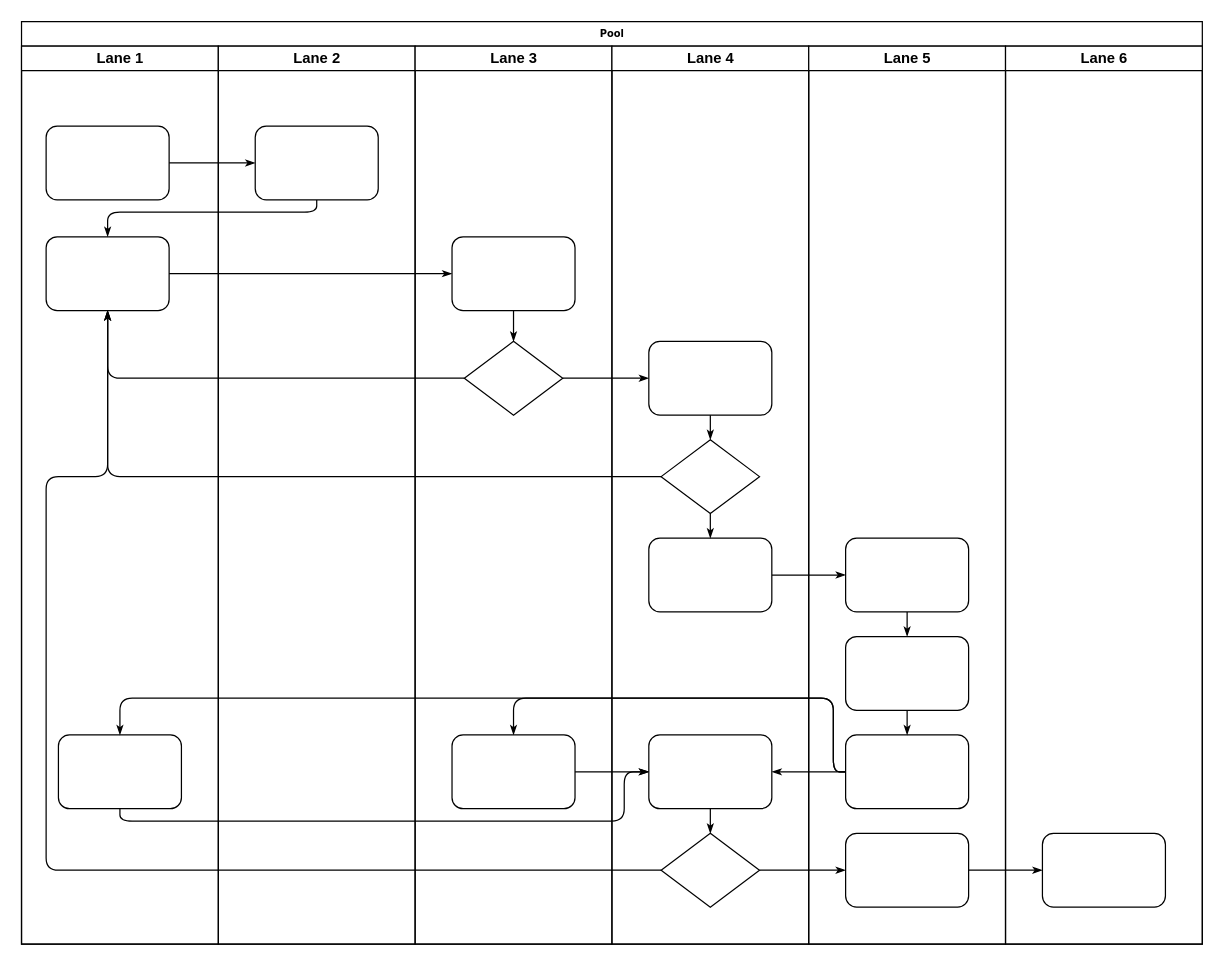
This is serial_input/제목 없는 다이어그램.drawio from SteveLee7/Arduino, a draw.io file, before an edit. Source tidied: cells renumbered, new cells numbered last; positions are measured from the earlier drawing's top-left corner, leaving out a move shared by most shapes. Both pictures are drawn from the tidied source at 123%, with x=0, y=0 at pixel (21, 21).
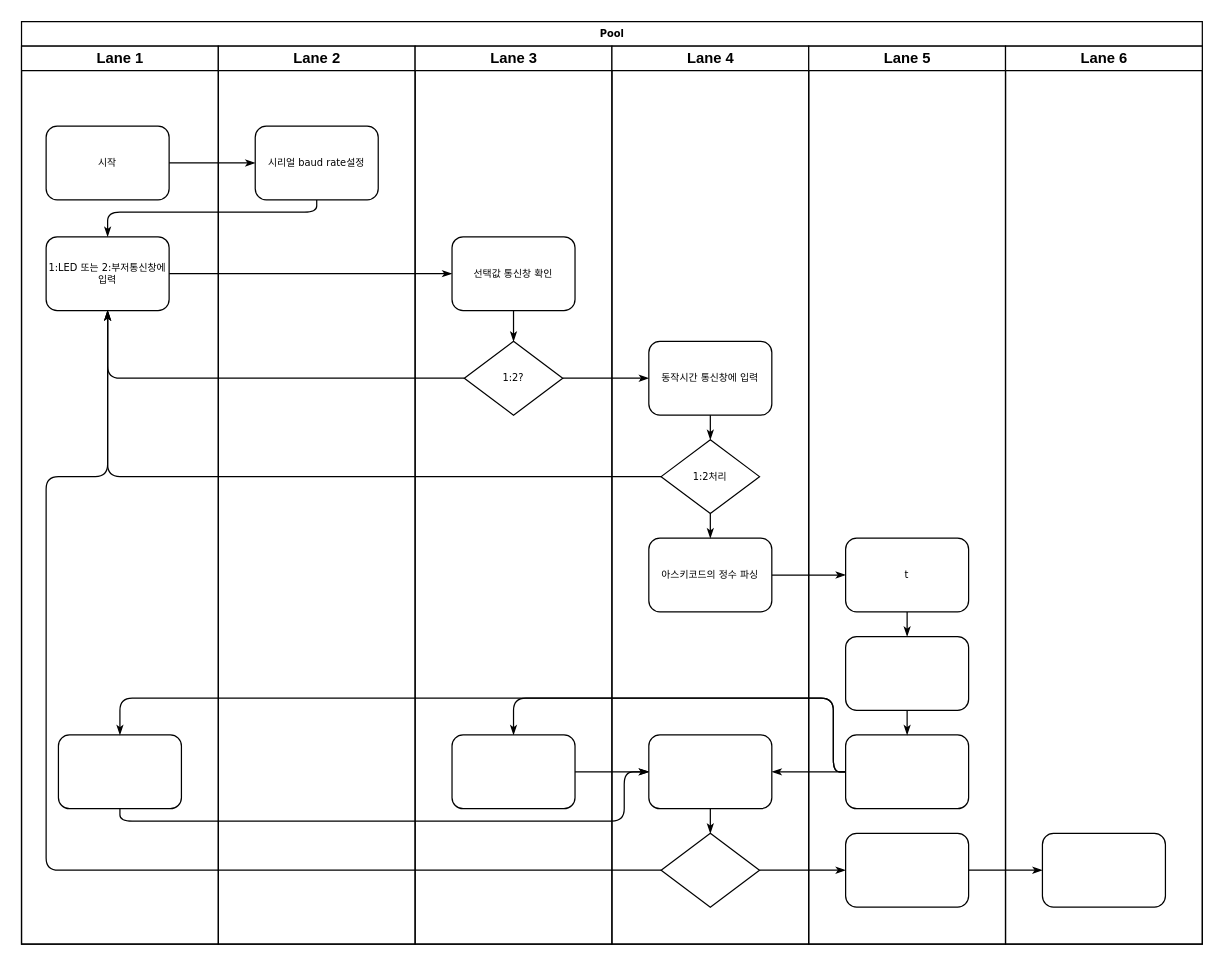
The same page after the edit.

Commit message:
제목 없는 다이어그램.drawio 업데이트

The change refers to these unchanged cells:
```xml
<mxCell id="3" value="Lane 1" style="swimlane;html=1;startSize=20;" parent="2" vertex="1">
  <mxGeometry y="20" width="160" height="730" as="geometry" />
</mxCell>
<mxCell id="22" value="Lane 2" style="swimlane;html=1;startSize=20;" parent="2" vertex="1">
  <mxGeometry x="160" y="20" width="160" height="730" as="geometry" />
</mxCell>
<mxCell id="24" value="Lane 3" style="swimlane;html=1;startSize=20;" parent="2" vertex="1">
  <mxGeometry x="320" y="20" width="160" height="730" as="geometry" />
</mxCell>
<mxCell id="29" value="Lane 4" style="swimlane;html=1;startSize=20;" parent="2" vertex="1">
  <mxGeometry x="480" y="20" width="160" height="730" as="geometry" />
</mxCell>
<mxCell id="38" value="Lane 5" style="swimlane;html=1;startSize=20;" parent="2" vertex="1">
  <mxGeometry x="640" y="20" width="160" height="730" as="geometry" />
</mxCell>
```

Diff of the diagram source:
```diff
@@
-    <mxCell id="4" style="rounded=1;whiteSpace=wrap;html=1;shadow=0;labelBackgroundColor=none;strokeWidth=1;fontFamily=Verdana;fontSize=8;align=center;" parent="3" vertex="1">
+    <mxCell id="4" value="시작" style="rounded=1;whiteSpace=wrap;html=1;shadow=0;labelBackgroundColor=none;strokeWidth=1;fontFamily=Verdana;fontSize=8;align=center;" parent="3" vertex="1">
       <mxGeometry x="20" y="65" width="100" height="60" as="geometry" />
     </mxCell>
-    <mxCell id="5" style="rounded=1;whiteSpace=wrap;html=1;shadow=0;labelBackgroundColor=none;strokeWidth=1;fontFamily=Verdana;fontSize=8;align=center;" parent="3" vertex="1">
+    <mxCell id="5" value="1:LED 또는 2:부저통신창에 입력" style="rounded=1;whiteSpace=wrap;html=1;shadow=0;labelBackgroundColor=none;strokeWidth=1;fontFamily=Verdana;fontSize=8;align=center;" parent="3" vertex="1">
       <mxGeometry x="20" y="155" width="100" height="60" as="geometry" />
     </mxCell>
@@
-    <mxCell id="23" style="rounded=1;whiteSpace=wrap;html=1;shadow=0;labelBackgroundColor=none;strokeWidth=1;fontFamily=Verdana;fontSize=8;align=center;" parent="22" vertex="1">
+    <mxCell id="23" value="시리얼 baud rate설정" style="rounded=1;whiteSpace=wrap;html=1;shadow=0;labelBackgroundColor=none;strokeWidth=1;fontFamily=Verdana;fontSize=8;align=center;" parent="22" vertex="1">
       <mxGeometry x="30" y="65" width="100" height="60" as="geometry" />
     </mxCell>
@@
-    <mxCell id="25" style="rounded=1;whiteSpace=wrap;html=1;shadow=0;labelBackgroundColor=none;strokeWidth=1;fontFamily=Verdana;fontSize=8;align=center;" parent="24" vertex="1">
+    <mxCell id="25" value="선택값 통신창 확인" style="rounded=1;whiteSpace=wrap;html=1;shadow=0;labelBackgroundColor=none;strokeWidth=1;fontFamily=Verdana;fontSize=8;align=center;" parent="24" vertex="1">
       <mxGeometry x="30" y="155" width="100" height="60" as="geometry" />
     </mxCell>
-    <mxCell id="26" style="rhombus;whiteSpace=wrap;html=1;rounded=0;shadow=0;labelBackgroundColor=none;strokeWidth=1;fontFamily=Verdana;fontSize=8;align=center;" parent="24" vertex="1">
+    <mxCell id="26" value="1:2?" style="rhombus;whiteSpace=wrap;html=1;rounded=0;shadow=0;labelBackgroundColor=none;strokeWidth=1;fontFamily=Verdana;fontSize=8;align=center;" parent="24" vertex="1">
       <mxGeometry x="40" y="240" width="80" height="60" as="geometry" />
     </mxCell>
@@
-    <mxCell id="30" style="rounded=1;whiteSpace=wrap;html=1;shadow=0;labelBackgroundColor=none;strokeWidth=1;fontFamily=Verdana;fontSize=8;align=center;" parent="29" vertex="1">
+    <mxCell id="30" value="동작시간 통신창에 입력" style="rounded=1;whiteSpace=wrap;html=1;shadow=0;labelBackgroundColor=none;strokeWidth=1;fontFamily=Verdana;fontSize=8;align=center;" parent="29" vertex="1">
       <mxGeometry x="30" y="240" width="100" height="60" as="geometry" />
     </mxCell>
-    <mxCell id="31" style="rhombus;whiteSpace=wrap;html=1;rounded=0;shadow=0;labelBackgroundColor=none;strokeWidth=1;fontFamily=Verdana;fontSize=8;align=center;" parent="29" vertex="1">
+    <mxCell id="31" value="1:2처리" style="rhombus;whiteSpace=wrap;html=1;rounded=0;shadow=0;labelBackgroundColor=none;strokeWidth=1;fontFamily=Verdana;fontSize=8;align=center;" parent="29" vertex="1">
       <mxGeometry x="40" y="320" width="80" height="60" as="geometry" />
     </mxCell>
-    <mxCell id="32" style="rounded=1;whiteSpace=wrap;html=1;shadow=0;labelBackgroundColor=none;strokeWidth=1;fontFamily=Verdana;fontSize=8;align=center;" parent="29" vertex="1">
+    <mxCell id="32" value="아스키코드의 정수 파싱" style="rounded=1;whiteSpace=wrap;html=1;shadow=0;labelBackgroundColor=none;strokeWidth=1;fontFamily=Verdana;fontSize=8;align=center;" parent="29" vertex="1">
       <mxGeometry x="30" y="400" width="100" height="60" as="geometry" />
     </mxCell>
@@
-    <mxCell id="39" style="rounded=1;whiteSpace=wrap;html=1;shadow=0;labelBackgroundColor=none;strokeWidth=1;fontFamily=Verdana;fontSize=8;align=center;" parent="38" vertex="1">
+    <mxCell id="39" value="t" style="rounded=1;whiteSpace=wrap;html=1;shadow=0;labelBackgroundColor=none;strokeWidth=1;fontFamily=Verdana;fontSize=8;align=center;" parent="38" vertex="1">
       <mxGeometry x="30" y="400" width="100" height="60" as="geometry" />
     </mxCell>
```
